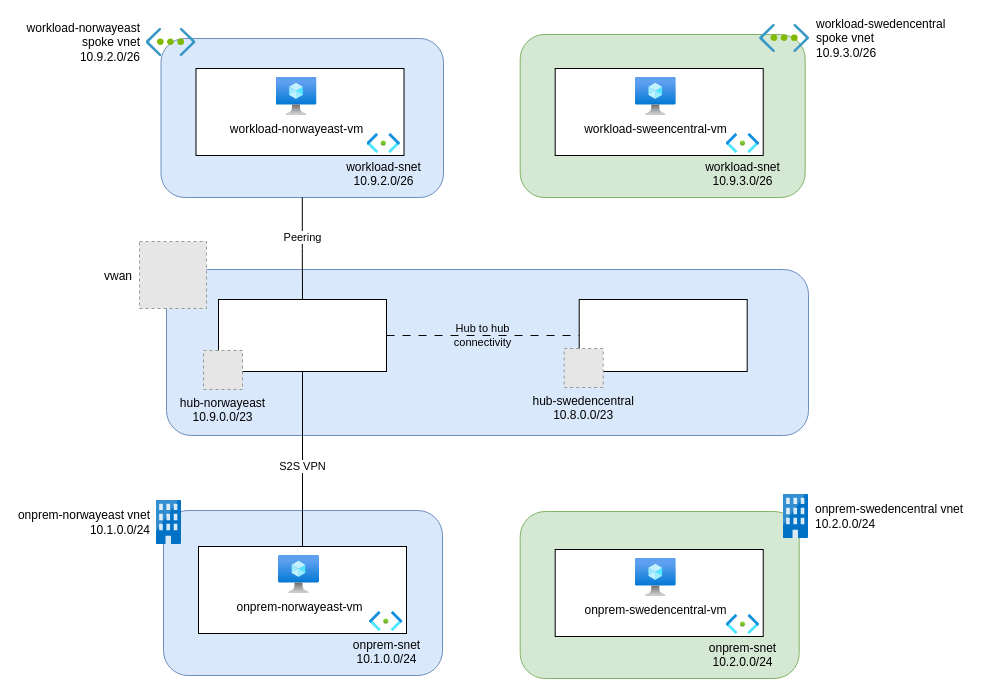
Earlier version of the draw.io diagram page "before" (1 of 5) of docs/assets/visuals/vwan.drawio (Infrastructure-AsCode/hub-spoke-vwan). Source tidied: cells renumbered, new cells numbered last; positions are measured from the earlier drawing's top-left corner, leaving out a move shared by most shapes. Both pictures are drawn from the tidied source at 100%, with x=0, y=0 at pixel (139, 24). Pictures stored in the file or linked from it are replaced by grey dashed boxes.
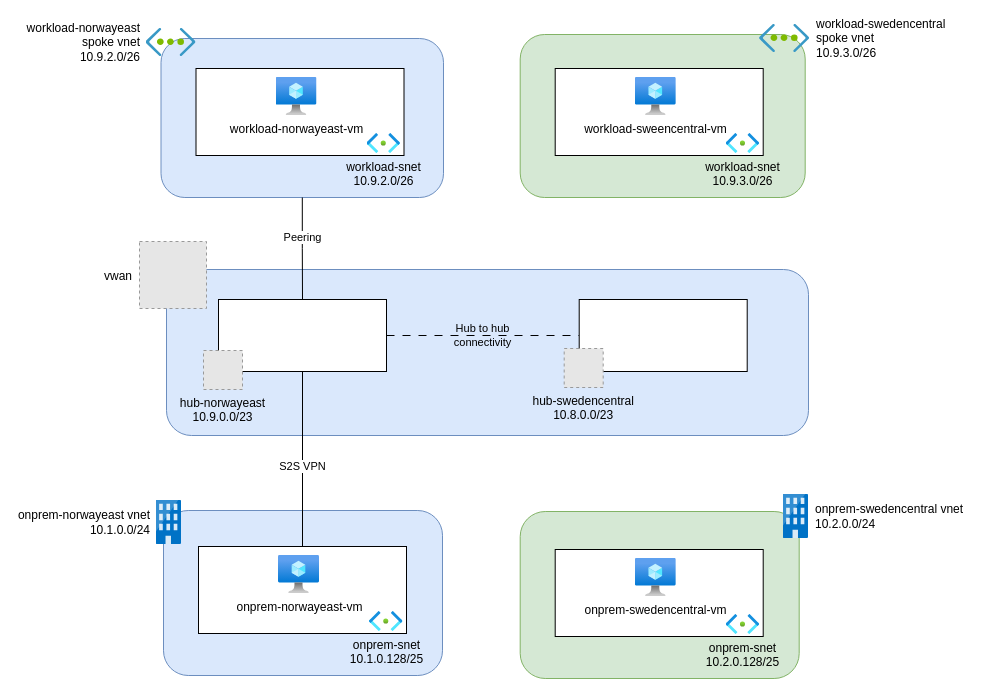
The same diagram, later.

What changed in the source:
```diff
@@
-    <mxCell id="15" value="onprem-snet&lt;div&gt;10.1.0.0/24&lt;br&gt;&lt;/div&gt;" style="image;html=1;align=center;fontSize=12;image=img/lib/azure2/networking/Subnet.svg;labelBackgroundColor=none;" parent="1" vertex="1">
+    <mxCell id="15" value="onprem-snet&lt;div&gt;10.1.0.128/25&lt;br&gt;&lt;/div&gt;" style="image;html=1;align=center;fontSize=12;image=img/lib/azure2/networking/Subnet.svg;labelBackgroundColor=none;" parent="1" vertex="1">
       <mxGeometry x="230" y="587" width="33.4" height="20" as="geometry" />
     </mxCell>
@@
-    <mxCell id="26" value="onprem-snet&lt;div&gt;10.2.0.0/24&lt;br&gt;&lt;/div&gt;" style="image;html=1;align=center;fontSize=12;image=img/lib/azure2/networking/Subnet.svg;labelBackgroundColor=none;" parent="1" vertex="1">
+    <mxCell id="26" value="onprem-snet&lt;div&gt;10.2.0.128/25&lt;br&gt;&lt;/div&gt;" style="image;html=1;align=center;fontSize=12;image=img/lib/azure2/networking/Subnet.svg;labelBackgroundColor=none;" parent="1" vertex="1">
       <mxGeometry x="586.7" y="590" width="33.4" height="20" as="geometry" />
     </mxCell>
```
